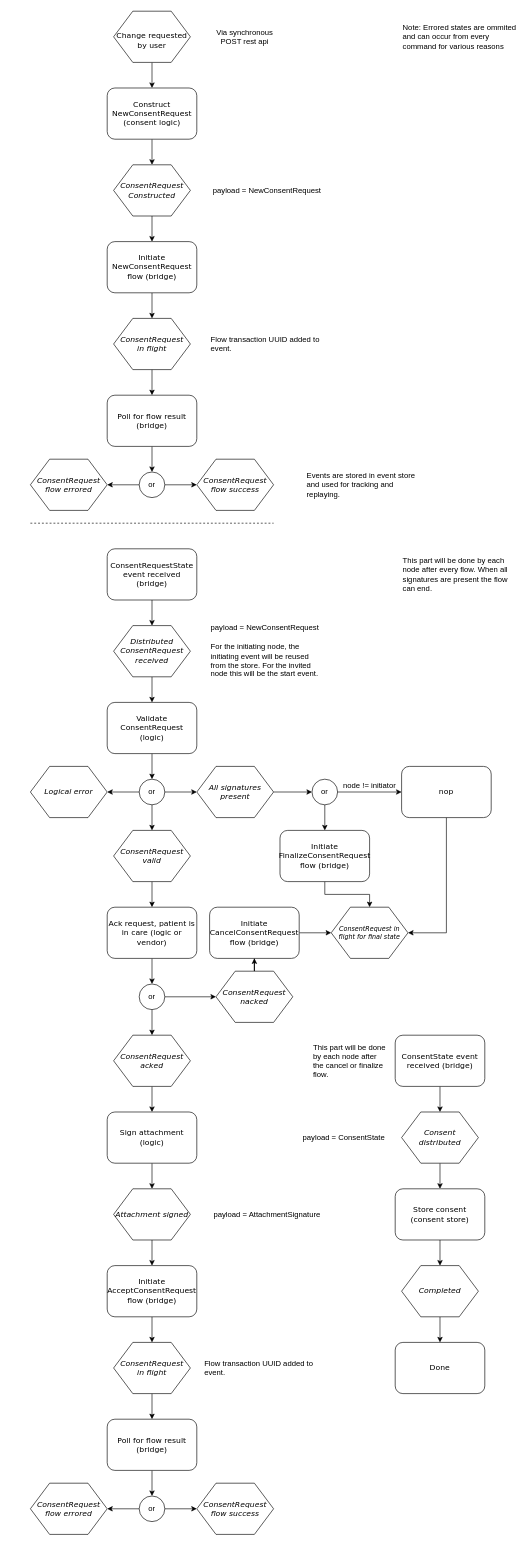
The draw.io diagram docs/_static/images/Nuts consent request flow.drawio in nuts-foundation/nuts-event-octopus, before the edit. Source tidied: cells renumbered, new cells numbered last; positions are measured from the earlier drawing's top-left corner, leaving out a move shared by most shapes. Both pictures are drawn from the tidied source at 64%, with x=0, y=0 at pixel (30, 11).
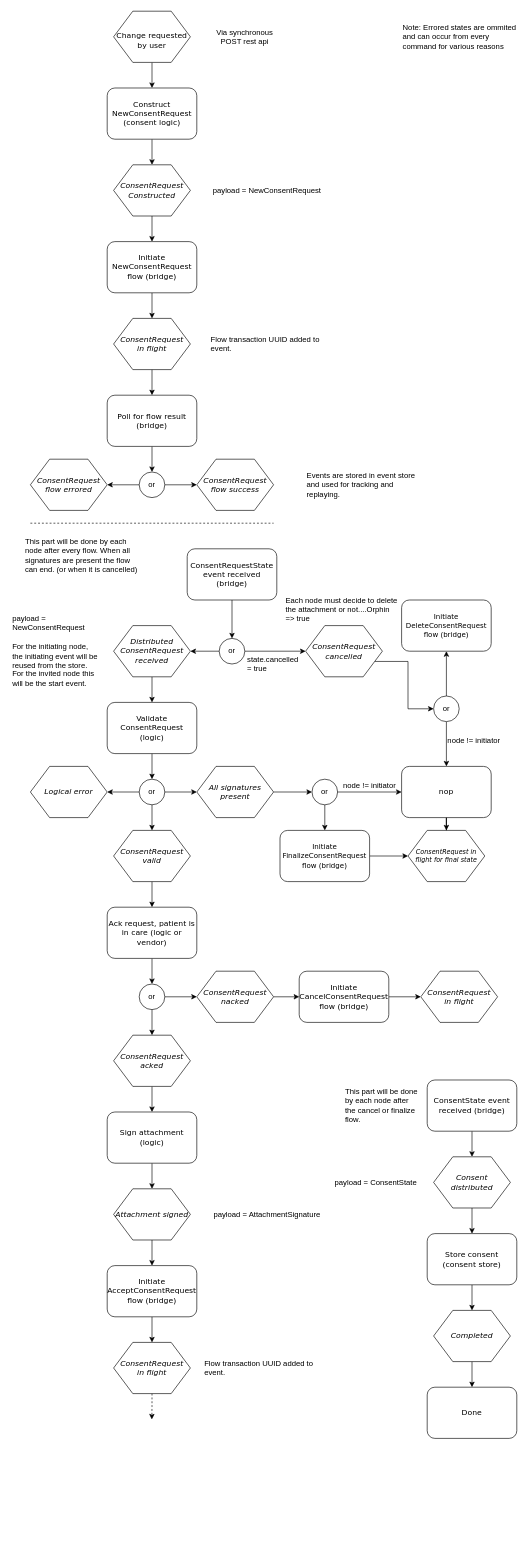
After the change.

Commit message (it also covers changes not shown here):
updated diagrams and added transaction Id to event

The change refers to these unchanged cells:
```xml
<mxCell id="27" value="&lt;i&gt;Distributed ConsentRequest&lt;br&gt;received&lt;br&gt;&lt;/i&gt;" style="shape=hexagon;perimeter=hexagonPerimeter;whiteSpace=wrap;html=1;rounded=0;shadow=0;labelBackgroundColor=none;strokeColor=#000000;strokeWidth=1;fillColor=#ffffff;fontFamily=Verdana;fontSize=12;fontColor=#000000;align=center;" parent="1" vertex="1">
  <mxGeometry x="130" y="960" width="120" height="80" as="geometry" />
</mxCell>
<mxCell id="63" value="nop" style="rounded=1;whiteSpace=wrap;html=1;shadow=0;labelBackgroundColor=none;strokeColor=#000000;strokeWidth=1;fillColor=#ffffff;fontFamily=Verdana;fontSize=12;fontColor=#000000;align=center;" parent="1" vertex="1">
  <mxGeometry x="580" y="1180" width="140" height="80" as="geometry" />
</mxCell>
<mxCell id="88" value="&lt;i&gt;ConsentRequest&lt;br&gt;in flight&lt;br&gt;&lt;/i&gt;" style="shape=hexagon;perimeter=hexagonPerimeter;whiteSpace=wrap;html=1;rounded=0;shadow=0;labelBackgroundColor=none;strokeColor=#000000;strokeWidth=1;fillColor=#ffffff;fontFamily=Verdana;fontSize=12;fontColor=#000000;align=center;" parent="1" vertex="1">
  <mxGeometry x="130" y="2080" width="120" height="80" as="geometry" />
</mxCell>
```

What changed in the source:
```diff
@@
-    <mxCell id="24" style="edgeStyle=orthogonalEdgeStyle;rounded=0;jettySize=auto;html=1;exitX=0.5;exitY=1;exitDx=0;exitDy=0;" parent="1" edge="1" source="25" target="27">
-      <mxGeometry relative="1" as="geometry" />
-    </mxCell>
+    <mxCell id="90" style="edgeStyle=orthogonalEdgeStyle;rounded=0;jettySize=auto;html=1;exitX=0.5;exitY=1;exitDx=0;exitDy=0;" parent="1" edge="1" source="25" target="98">
+      <mxGeometry relative="1" as="geometry" />
+    </mxCell>
     <mxCell id="25" value="ConsentRequestState event received (bridge)" style="rounded=1;whiteSpace=wrap;html=1;shadow=0;labelBackgroundColor=none;strokeColor=#000000;strokeWidth=1;fillColor=#ffffff;fontFamily=Verdana;fontSize=12;fontColor=#000000;align=center;" parent="1" vertex="1">
-      <mxGeometry x="120" y="840" width="140" height="80" as="geometry" />
+      <mxGeometry x="245" y="840" width="140" height="80" as="geometry" />
     </mxCell>
@@
     <mxCell id="28" value="payload = NewConsentRequest&lt;br&gt;&lt;br&gt;For the initiating node, the initiating event will be reused from the store. For the invited node this will be the start event." style="text;html=1;strokeColor=none;fillColor=none;align=left;verticalAlign=middle;whiteSpace=wrap;rounded=0;" parent="1" vertex="1">
-      <mxGeometry x="280" y="960" width="180" height="80" as="geometry" />
+      <mxGeometry x="-30" y="960" width="140" height="80" as="geometry" />
     </mxCell>
@@
-    <mxCell id="51" style="edgeStyle=orthogonalEdgeStyle;rounded=0;jettySize=auto;html=1;exitX=0.5;exitY=1;exitDx=0;exitDy=0;" parent="1" edge="1" source="52" target="55">
-      <mxGeometry relative="1" as="geometry" />
-    </mxCell>
-    <mxCell id="52" value="Poll for flow result (bridge)" style="rounded=1;whiteSpace=wrap;html=1;shadow=0;labelBackgroundColor=none;strokeColor=#000000;strokeWidth=1;fillColor=#ffffff;fontFamily=Verdana;fontSize=12;fontColor=#000000;align=center;" parent="1" vertex="1">
-      <mxGeometry x="120" y="2200" width="140" height="80" as="geometry" />
-    </mxCell>
-    <mxCell id="53" style="edgeStyle=orthogonalEdgeStyle;rounded=0;jettySize=auto;html=1;exitX=0;exitY=0.5;exitDx=0;exitDy=0;" parent="1" edge="1" source="55" target="56">
-      <mxGeometry relative="1" as="geometry" />
-    </mxCell>
-    <mxCell id="54" style="edgeStyle=orthogonalEdgeStyle;rounded=0;jettySize=auto;html=1;exitX=1;exitY=0.5;exitDx=0;exitDy=0;" parent="1" edge="1" source="55" target="57">
-      <mxGeometry relative="1" as="geometry" />
-    </mxCell>
-    <mxCell id="55" value="or" style="ellipse;whiteSpace=wrap;html=1;align=center;" parent="1" vertex="1">
-      <mxGeometry x="170" y="2320" width="40" height="40" as="geometry" />
-    </mxCell>
-    <mxCell id="56" value="&lt;i&gt;ConsentRequest&lt;br&gt;flow errored&lt;br&gt;&lt;/i&gt;" style="shape=hexagon;perimeter=hexagonPerimeter;whiteSpace=wrap;html=1;rounded=0;shadow=0;labelBackgroundColor=none;strokeColor=#000000;strokeWidth=1;fillColor=#ffffff;fontFamily=Verdana;fontSize=12;fontColor=#000000;align=center;" parent="1" vertex="1">
-      <mxGeometry y="2300" width="120" height="80" as="geometry" />
-    </mxCell>
-    <mxCell id="57" value="&lt;i&gt;ConsentRequest&lt;br&gt;flow success&lt;br&gt;&lt;/i&gt;" style="shape=hexagon;perimeter=hexagonPerimeter;whiteSpace=wrap;html=1;rounded=0;shadow=0;labelBackgroundColor=none;strokeColor=#000000;strokeWidth=1;fillColor=#ffffff;fontFamily=Verdana;fontSize=12;fontColor=#000000;align=center;" parent="1" vertex="1">
-      <mxGeometry x="260" y="2300" width="120" height="80" as="geometry" />
-    </mxCell>
-    <mxCell id="58" value="This part will be done by each node after every flow. When all signatures are present the flow can end." style="text;html=1;strokeColor=none;fillColor=none;align=left;verticalAlign=middle;whiteSpace=wrap;rounded=0;" parent="1" vertex="1">
-      <mxGeometry x="580" y="840" width="180" height="80" as="geometry" />
+    <mxCell id="58" value="This part will be done by each node after every flow. When all signatures are present the flow can end. (or when it is cancelled)" style="text;html=1;strokeColor=none;fillColor=none;align=left;verticalAlign=middle;whiteSpace=wrap;rounded=0;" parent="1" vertex="1">
+      <mxGeometry x="-10" y="810" width="180" height="80" as="geometry" />
     </mxCell>
@@
-    <mxCell id="62" style="edgeStyle=orthogonalEdgeStyle;rounded=0;jettySize=auto;html=1;exitX=0.5;exitY=1;exitDx=0;exitDy=0;entryX=1;entryY=0.5;entryDx=0;entryDy=0;fontSize=10;" parent="1" edge="1" source="63" target="74">
+    <mxCell id="62" style="edgeStyle=orthogonalEdgeStyle;rounded=0;jettySize=auto;html=1;exitX=0.5;exitY=1;exitDx=0;exitDy=0;" parent="1" edge="1" source="63" target="74">
       <mxGeometry relative="1" as="geometry" />
     </mxCell>
@@
-    <mxCell id="65" style="edgeStyle=orthogonalEdgeStyle;rounded=0;jettySize=auto;html=1;exitX=0.5;exitY=1;exitDx=0;exitDy=0;" parent="1" edge="1" source="66" target="74">
+    <mxCell id="65" style="edgeStyle=orthogonalEdgeStyle;rounded=0;jettySize=auto;html=1;exitX=1;exitY=0.5;exitDx=0;exitDy=0;" parent="1" edge="1" source="66" target="74">
       <mxGeometry relative="1" as="geometry" />
     </mxCell>
-    <mxCell id="66" value="Initiate FinalizeConsentRequest flow (bridge)" style="rounded=1;whiteSpace=wrap;html=1;shadow=0;labelBackgroundColor=none;strokeColor=#000000;strokeWidth=1;fillColor=#ffffff;fontFamily=Verdana;fontSize=12;fontColor=#000000;align=center;" parent="1" vertex="1">
+    <mxCell id="66" value="&lt;font style=&quot;font-size: 11px&quot;&gt;Initiate FinalizeConsentRequest flow (bridge)&lt;/font&gt;" style="rounded=1;whiteSpace=wrap;html=1;shadow=0;labelBackgroundColor=none;strokeColor=#000000;strokeWidth=1;fillColor=#ffffff;fontFamily=Verdana;fontSize=12;fontColor=#000000;align=center;" parent="1" vertex="1">
       <mxGeometry x="390" y="1280" width="140" height="80" as="geometry" />
     </mxCell>
@@
-    <mxCell id="70" style="edgeStyle=orthogonalEdgeStyle;rounded=0;jettySize=auto;html=1;exitX=0.5;exitY=0;exitDx=0;exitDy=0;" parent="1" edge="1" source="71" target="73">
+    <mxCell id="70" style="edgeStyle=orthogonalEdgeStyle;rounded=0;jettySize=auto;html=1;exitX=1;exitY=0.5;exitDx=0;exitDy=0;" parent="1" edge="1" source="71" target="73">
       <mxGeometry relative="1" as="geometry" />
     </mxCell>
     <mxCell id="71" value="&lt;i&gt;ConsentRequest nacked&lt;br&gt;&lt;/i&gt;" style="shape=hexagon;perimeter=hexagonPerimeter;whiteSpace=wrap;html=1;rounded=0;shadow=0;labelBackgroundColor=none;strokeColor=#000000;strokeWidth=1;fillColor=#ffffff;fontFamily=Verdana;fontSize=12;fontColor=#000000;align=center;" parent="1" vertex="1">
-      <mxGeometry x="290" y="1500" width="120" height="80" as="geometry" />
+      <mxGeometry x="260" y="1500" width="120" height="80" as="geometry" />
     </mxCell>
-    <mxCell id="72" style="edgeStyle=orthogonalEdgeStyle;rounded=0;jettySize=auto;html=1;exitX=1;exitY=0.5;exitDx=0;exitDy=0;" parent="1" edge="1" source="73" target="74">
-      <mxGeometry relative="1" as="geometry" />
-    </mxCell>
+    <mxCell id="91" style="edgeStyle=orthogonalEdgeStyle;rounded=0;jettySize=auto;html=1;exitX=1;exitY=0.5;exitDx=0;exitDy=0;" parent="1" edge="1" source="73" target="95">
+      <mxGeometry relative="1" as="geometry" />
+    </mxCell>
     <mxCell id="73" value="Initiate CancelConsentRequest flow (bridge)" style="rounded=1;whiteSpace=wrap;html=1;shadow=0;labelBackgroundColor=none;strokeColor=#000000;strokeWidth=1;fillColor=#ffffff;fontFamily=Verdana;fontSize=12;fontColor=#000000;align=center;" parent="1" vertex="1">
-      <mxGeometry x="280" y="1400" width="140" height="80" as="geometry" />
+      <mxGeometry x="420" y="1500" width="140" height="80" as="geometry" />
     </mxCell>
     <mxCell id="74" value="&lt;i style=&quot;font-size: 10px;&quot;&gt;ConsentRequest in flight for final state&lt;br style=&quot;font-size: 10px;&quot;&gt;&lt;/i&gt;" style="shape=hexagon;perimeter=hexagonPerimeter;whiteSpace=wrap;html=1;rounded=0;shadow=0;labelBackgroundColor=none;strokeColor=#000000;strokeWidth=1;fillColor=#ffffff;fontFamily=Verdana;fontSize=10;fontColor=#000000;align=center;" parent="1" vertex="1">
-      <mxGeometry x="470" y="1400" width="120" height="80" as="geometry" />
+      <mxGeometry x="590" y="1280" width="120" height="80" as="geometry" />
     </mxCell>
@@
     <mxCell id="76" value="ConsentState event received (bridge)" style="rounded=1;whiteSpace=wrap;html=1;shadow=0;labelBackgroundColor=none;strokeColor=#000000;strokeWidth=1;fillColor=#ffffff;fontFamily=Verdana;fontSize=12;fontColor=#000000;align=center;" parent="1" vertex="1">
-      <mxGeometry x="570" y="1600" width="140" height="80" as="geometry" />
+      <mxGeometry x="620" y="1670" width="140" height="80" as="geometry" />
     </mxCell>
@@
     <mxCell id="78" value="&lt;i&gt;Consent distributed&lt;br&gt;&lt;/i&gt;" style="shape=hexagon;perimeter=hexagonPerimeter;whiteSpace=wrap;html=1;rounded=0;shadow=0;labelBackgroundColor=none;strokeColor=#000000;strokeWidth=1;fillColor=#ffffff;fontFamily=Verdana;fontSize=12;fontColor=#000000;align=center;" parent="1" vertex="1">
-      <mxGeometry x="580" y="1720" width="120" height="80" as="geometry" />
+      <mxGeometry x="630" y="1790" width="120" height="80" as="geometry" />
     </mxCell>
@@
     <mxCell id="80" value="Store consent&lt;br&gt;(consent store)" style="rounded=1;whiteSpace=wrap;html=1;shadow=0;labelBackgroundColor=none;strokeColor=#000000;strokeWidth=1;fillColor=#ffffff;fontFamily=Verdana;fontSize=12;fontColor=#000000;align=center;" parent="1" vertex="1">
-      <mxGeometry x="570" y="1840" width="140" height="80" as="geometry" />
+      <mxGeometry x="620" y="1910" width="140" height="80" as="geometry" />
     </mxCell>
     <mxCell id="81" value="Done" style="rounded=1;whiteSpace=wrap;html=1;shadow=0;labelBackgroundColor=none;strokeColor=#000000;strokeWidth=1;fillColor=#ffffff;fontFamily=Verdana;fontSize=12;fontColor=#000000;align=center;" parent="1" vertex="1">
-      <mxGeometry x="570" y="2080" width="140" height="80" as="geometry" />
+      <mxGeometry x="620" y="2150" width="140" height="80" as="geometry" />
     </mxCell>
@@
     <mxCell id="83" value="&lt;i&gt;Completed&lt;br&gt;&lt;/i&gt;" style="shape=hexagon;perimeter=hexagonPerimeter;whiteSpace=wrap;html=1;rounded=0;shadow=0;labelBackgroundColor=none;strokeColor=#000000;strokeWidth=1;fillColor=#ffffff;fontFamily=Verdana;fontSize=12;fontColor=#000000;align=center;" parent="1" vertex="1">
-      <mxGeometry x="580" y="1960" width="120" height="80" as="geometry" />
+      <mxGeometry x="630" y="2030" width="120" height="80" as="geometry" />
     </mxCell>
     <mxCell id="84" value="This part will be done by each node after the cancel or finalize flow." style="text;html=1;strokeColor=none;fillColor=none;align=left;verticalAlign=middle;whiteSpace=wrap;rounded=0;" parent="1" vertex="1">
-      <mxGeometry x="440" y="1600" width="120" height="80" as="geometry" />
+      <mxGeometry x="490" y="1670" width="120" height="80" as="geometry" />
     </mxCell>
     <mxCell id="85" value="payload = ConsentState" style="text;html=1;strokeColor=none;fillColor=none;align=center;verticalAlign=middle;whiteSpace=wrap;rounded=0;" parent="1" vertex="1">
-      <mxGeometry x="420" y="1720" width="140" height="80" as="geometry" />
+      <mxGeometry x="470" y="1790" width="140" height="80" as="geometry" />
     </mxCell>
@@
-    <mxCell id="87" style="edgeStyle=orthogonalEdgeStyle;rounded=0;jettySize=auto;html=1;exitX=0.5;exitY=1;exitDx=0;exitDy=0;fontSize=10;" parent="1" edge="1" source="88" target="52">
-      <mxGeometry relative="1" as="geometry" />
-    </mxCell>
+    <mxCell id="92" style="edgeStyle=orthogonalEdgeStyle;rounded=0;jettySize=auto;html=1;exitX=0.5;exitY=1;exitDx=0;exitDy=0;dashed=1;" parent="1" edge="1" source="88">
+      <mxGeometry relative="1" as="geometry">
+        <mxPoint x="189.7" y="2200.3" as="targetPoint" />
+      </mxGeometry>
+    </mxCell>
@@
+    <mxCell id="93" style="edgeStyle=orthogonalEdgeStyle;rounded=0;orthogonalLoop=1;jettySize=auto;html=1;exitX=0;exitY=0.5;exitDx=0;exitDy=0;" parent="1" edge="1">
+      <mxGeometry relative="1" as="geometry">
+        <mxPoint x="429.7" y="1430.3" as="sourcePoint" />
+      </mxGeometry>
+    </mxCell>
+    <mxCell id="94" style="edgeStyle=orthogonalEdgeStyle;rounded=0;orthogonalLoop=1;jettySize=auto;html=1;exitX=1;exitY=0.5;exitDx=0;exitDy=0;" parent="1" edge="1">
+      <mxGeometry relative="1" as="geometry">
+        <mxPoint x="520.2" y="1430.3" as="targetPoint" />
+      </mxGeometry>
+    </mxCell>
+    <mxCell id="95" value="&lt;i&gt;ConsentRequest&lt;br&gt;in flight&lt;br&gt;&lt;/i&gt;" style="shape=hexagon;perimeter=hexagonPerimeter;whiteSpace=wrap;html=1;rounded=0;shadow=0;labelBackgroundColor=none;strokeColor=#000000;strokeWidth=1;fillColor=#ffffff;fontFamily=Verdana;fontSize=12;fontColor=#000000;align=center;" parent="1" vertex="1">
+      <mxGeometry x="610" y="1500" width="120" height="80" as="geometry" />
+    </mxCell>
+    <mxCell id="96" style="edgeStyle=orthogonalEdgeStyle;rounded=0;jettySize=auto;html=1;exitX=0;exitY=0.5;exitDx=0;exitDy=0;" parent="1" edge="1" source="98" target="27">
+      <mxGeometry relative="1" as="geometry" />
+    </mxCell>
+    <mxCell id="97" style="edgeStyle=orthogonalEdgeStyle;rounded=0;jettySize=auto;html=1;exitX=1;exitY=0.5;exitDx=0;exitDy=0;" parent="1" edge="1" source="98" target="100">
+      <mxGeometry relative="1" as="geometry" />
+    </mxCell>
+    <mxCell id="98" value="or" style="ellipse;whiteSpace=wrap;html=1;align=center;" parent="1" vertex="1">
+      <mxGeometry x="295" y="980" width="40" height="40" as="geometry" />
+    </mxCell>
+    <mxCell id="99" style="edgeStyle=orthogonalEdgeStyle;rounded=0;jettySize=auto;html=1;exitX=1;exitY=0.75;exitDx=0;exitDy=0;entryX=0;entryY=0.5;entryDx=0;entryDy=0;" parent="1" edge="1" source="100" target="105">
+      <mxGeometry relative="1" as="geometry" />
+    </mxCell>
+    <mxCell id="100" value="&lt;i&gt;ConsentRequest cancelled&lt;br&gt;&lt;/i&gt;" style="shape=hexagon;perimeter=hexagonPerimeter;whiteSpace=wrap;html=1;rounded=0;shadow=0;labelBackgroundColor=none;strokeColor=#000000;strokeWidth=1;fillColor=#ffffff;fontFamily=Verdana;fontSize=12;fontColor=#000000;align=center;" parent="1" vertex="1">
+      <mxGeometry x="430" y="960" width="120" height="80" as="geometry" />
+    </mxCell>
+    <mxCell id="101" value="Each node must decide to delete the attachment or not....Orphin =&amp;gt; true" style="text;html=1;strokeColor=none;fillColor=none;align=left;verticalAlign=middle;whiteSpace=wrap;rounded=0;" parent="1" vertex="1">
+      <mxGeometry x="396.5" y="910" width="180" height="50" as="geometry" />
+    </mxCell>
+    <mxCell id="102" value="state.cancelled = true" style="text;html=1;strokeColor=none;fillColor=none;align=left;verticalAlign=middle;whiteSpace=wrap;rounded=0;" parent="1" vertex="1">
+      <mxGeometry x="336.5" y="1010" width="87" height="20" as="geometry" />
+    </mxCell>
+    <mxCell id="103" style="edgeStyle=orthogonalEdgeStyle;rounded=0;jettySize=auto;html=1;exitX=0.5;exitY=1;exitDx=0;exitDy=0;" parent="1" edge="1" source="105" target="63">
+      <mxGeometry relative="1" as="geometry" />
+    </mxCell>
+    <mxCell id="104" style="edgeStyle=orthogonalEdgeStyle;rounded=0;jettySize=auto;html=1;exitX=0.5;exitY=0;exitDx=0;exitDy=0;" parent="1" edge="1" source="105" target="106">
+      <mxGeometry relative="1" as="geometry" />
+    </mxCell>
+    <mxCell id="105" value="or" style="ellipse;whiteSpace=wrap;html=1;align=center;" parent="1" vertex="1">
+      <mxGeometry x="630" y="1070" width="40" height="40" as="geometry" />
+    </mxCell>
+    <mxCell id="106" value="&lt;font style=&quot;font-size: 11px&quot;&gt;Initiate DeleteConsentRequest flow (bridge)&lt;/font&gt;" style="rounded=1;whiteSpace=wrap;html=1;shadow=0;labelBackgroundColor=none;strokeColor=#000000;strokeWidth=1;fillColor=#ffffff;fontFamily=Verdana;fontSize=12;fontColor=#000000;align=center;" parent="1" vertex="1">
+      <mxGeometry x="580" y="920" width="140" height="80" as="geometry" />
+    </mxCell>
+    <mxCell id="107" value="node != initiator" style="text;html=1;strokeColor=none;fillColor=none;align=left;verticalAlign=middle;whiteSpace=wrap;rounded=0;" parent="1" vertex="1">
+      <mxGeometry x="650" y="1130" width="87" height="20" as="geometry" />
+    </mxCell>
```
